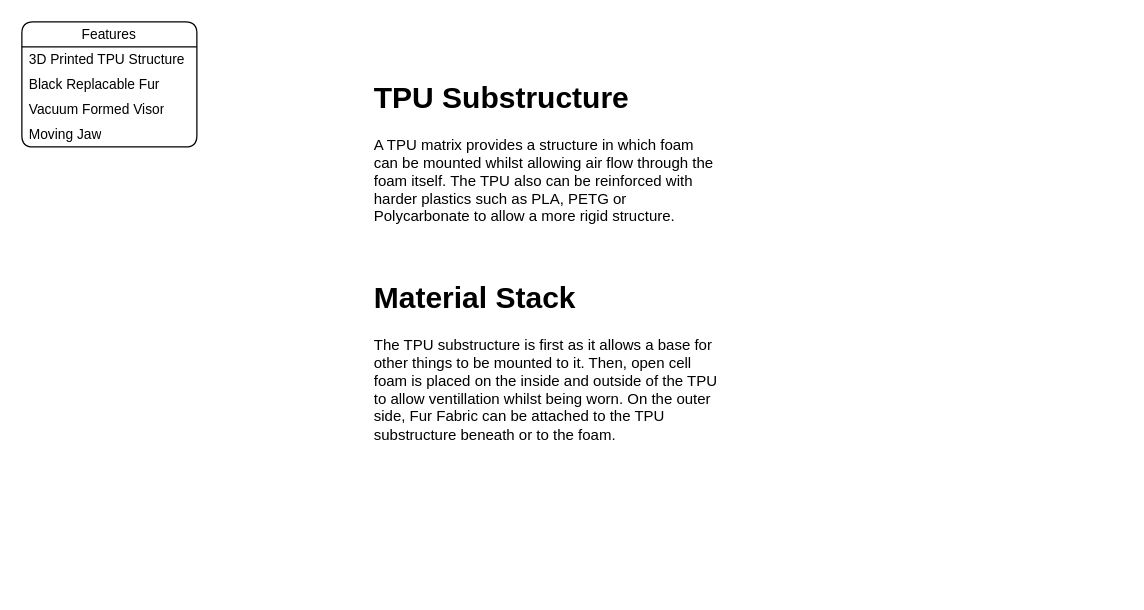
The draw.io diagram page "Hardware" (3 of 6) of Documents/Diagram.drawio in Cyberspecies/Crow-Head, before the edit. Source tidied: cells renumbered, new cells numbered last; positions are measured from the earlier drawing's top-left corner, leaving out a move shared by most shapes. Both pictures are drawn from the tidied source at 125%, with x=0, y=0 at pixel (21, 21).
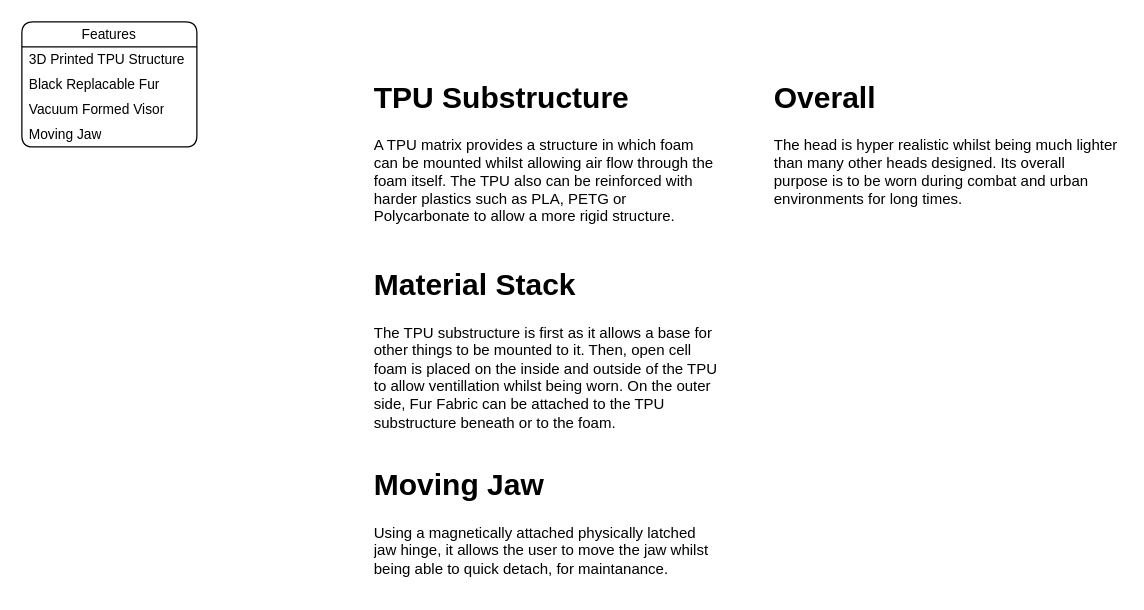
After the change.

Commit message:
Added more description in hardware

What changed in the source:
```diff
@@
 <mxGraphModel>
   <root>
     <mxCell id="0" />
     <mxCell id="1" parent="0" />
     <mxCell id="2" value="Features" style="swimlane;fontStyle=0;horizontal=1;startSize=20;whiteSpace=wrap;html=1;fontFamily=Helvetica;fontSize=11;fontColor=default;labelBackgroundColor=default;rounded=1;" parent="1" vertex="1">
       <mxGeometry width="140" height="100" as="geometry" />
     </mxCell>
     <mxCell id="3" value="3D Printed TPU Structure" style="text;strokeColor=none;fillColor=none;align=left;verticalAlign=middle;spacingLeft=4;spacingRight=4;overflow=hidden;whiteSpace=wrap;html=1;fontFamily=Helvetica;fontSize=11;fontColor=default;labelBackgroundColor=default;" parent="2" vertex="1">
       <mxGeometry y="20" width="140" height="20" as="geometry" />
     </mxCell>
     <mxCell id="4" value="Black Replacable Fur" style="text;strokeColor=none;fillColor=none;align=left;verticalAlign=middle;spacingLeft=4;spacingRight=4;overflow=hidden;whiteSpace=wrap;html=1;fontFamily=Helvetica;fontSize=11;fontColor=default;labelBackgroundColor=default;" parent="2" vertex="1">
       <mxGeometry y="40" width="140" height="20" as="geometry" />
     </mxCell>
     <mxCell id="5" value="Vacuum Formed Visor" style="text;strokeColor=none;fillColor=none;align=left;verticalAlign=middle;spacingLeft=4;spacingRight=4;overflow=hidden;whiteSpace=wrap;html=1;fontFamily=Helvetica;fontSize=11;fontColor=default;labelBackgroundColor=default;" parent="2" vertex="1">
       <mxGeometry y="60" width="140" height="20" as="geometry" />
     </mxCell>
     <mxCell id="6" value="Moving Jaw" style="text;strokeColor=none;fillColor=none;align=left;verticalAlign=middle;spacingLeft=4;spacingRight=4;overflow=hidden;whiteSpace=wrap;html=1;fontFamily=Helvetica;fontSize=11;fontColor=default;labelBackgroundColor=default;" parent="2" vertex="1">
       <mxGeometry y="80" width="140" height="20" as="geometry" />
     </mxCell>
     <mxCell id="7" value="&lt;h1 style=&quot;margin-top: 0px;&quot;&gt;TPU Substructure&lt;/h1&gt;&lt;p&gt;A TPU matrix provides a structure in which foam can be mounted whilst allowing air flow through the foam itself. The TPU also can be reinforced with harder plastics such as PLA, PETG or Polycarbonate to allow a more rigid structure.&lt;/p&gt;" style="text;html=1;whiteSpace=wrap;overflow=hidden;rounded=0;" parent="1" vertex="1">
       <mxGeometry x="280" y="40" width="280" height="130" as="geometry" />
     </mxCell>
     <mxCell id="8" value="&lt;h1 style=&quot;margin-top: 0px;&quot;&gt;Material Stack&lt;/h1&gt;&lt;p&gt;The TPU substructure is first as it allows a base for other things to be mounted to it. Then, open cell foam is placed on the inside and outside of the TPU to allow ventillation whilst being worn. On the outer side, Fur Fabric can be attached to the TPU substructure beneath or to the foam.&lt;/p&gt;" style="text;html=1;whiteSpace=wrap;overflow=hidden;rounded=0;" parent="1" vertex="1">
-      <mxGeometry x="280" y="200" width="280" height="140" as="geometry" />
+      <mxGeometry x="280" y="190" width="280" height="140" as="geometry" />
     </mxCell>
+    <mxCell id="9" value="&lt;h1 style=&quot;margin-top: 0px;&quot;&gt;Moving Jaw&lt;/h1&gt;&lt;p&gt;Using a magnetically attached physically latched jaw hinge, it allows the user to move the jaw whilst being able to quick detach, for maintanance.&lt;/p&gt;" style="text;html=1;whiteSpace=wrap;overflow=hidden;rounded=0;" parent="1" vertex="1">
+      <mxGeometry x="280" y="350" width="280" height="100" as="geometry" />
+    </mxCell>
+    <mxCell id="10" value="&lt;h1 style=&quot;margin-top: 0px;&quot;&gt;Overall&lt;/h1&gt;&lt;p&gt;The head is hyper realistic whilst being much lighter than many other heads designed. Its overall purpose is to be worn during combat and urban environments for long times.&lt;/p&gt;" style="text;html=1;whiteSpace=wrap;overflow=hidden;rounded=0;" parent="1" vertex="1">
+      <mxGeometry x="600" y="40" width="280" height="120" as="geometry" />
+    </mxCell>
   </root>
 </mxGraphModel>
```
